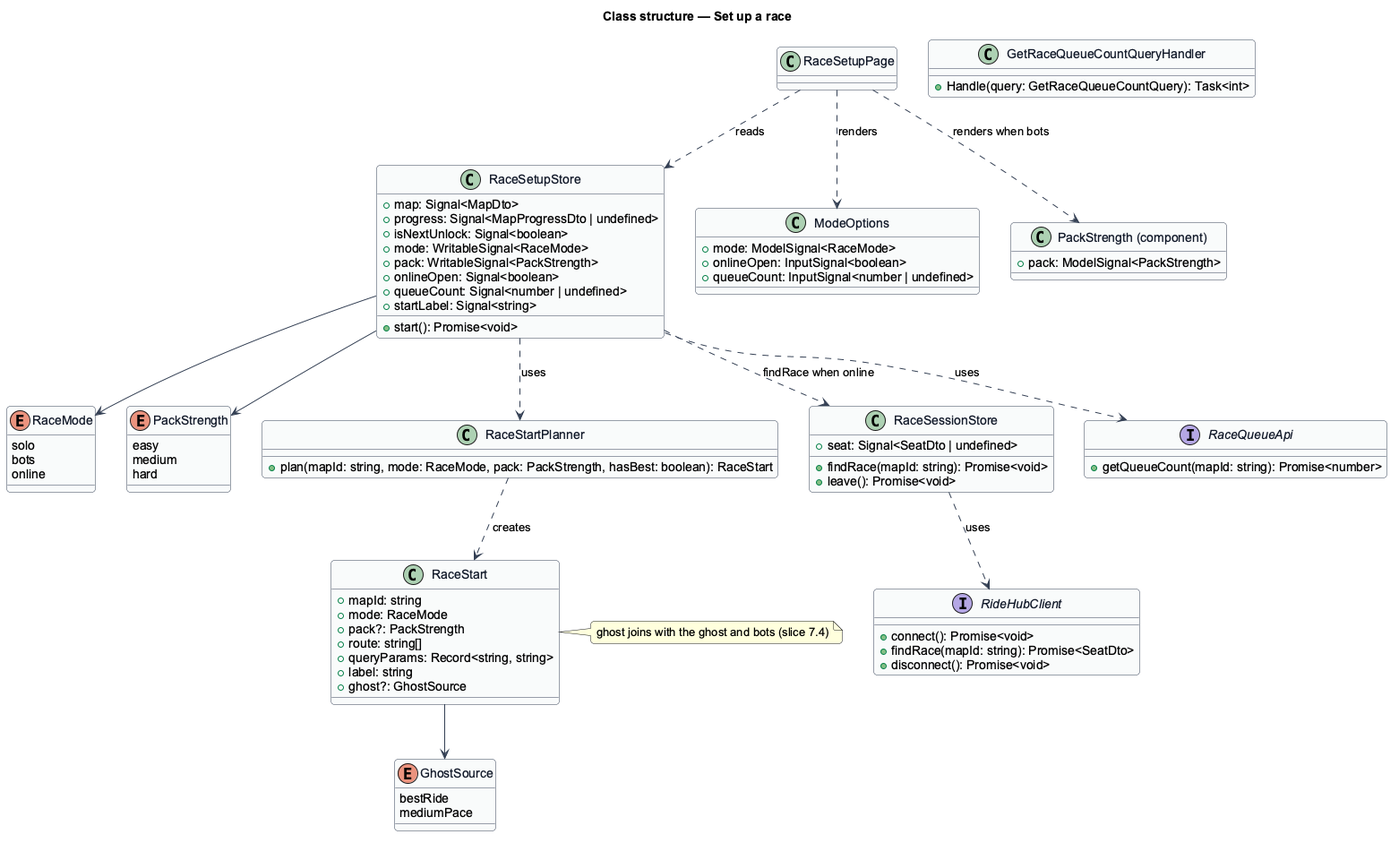
The PlantUML diagram docs/detailed-designs/race/set-up-a-race/diagrams/class-structure.png in QuinntyneBrown/ride-one, before a commit.
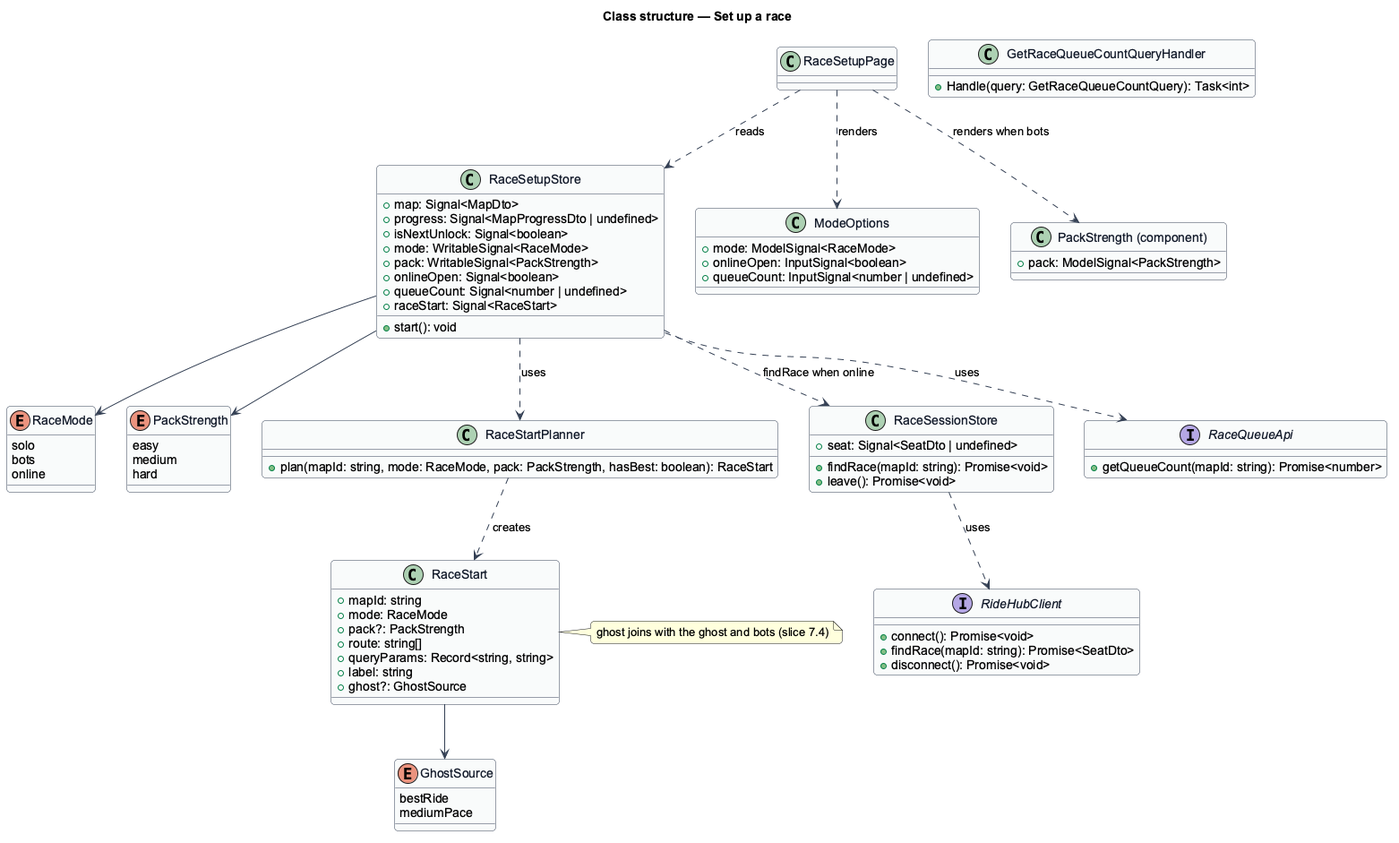
The same diagram one commit later.

What changed in the source:
```diff
@@ -42,8 +42,8 @@
   +pack: WritableSignal<PackStrength>
   +onlineOpen: Signal<boolean>
   +queueCount: Signal<number | undefined>
-  +startLabel: Signal<string>
-  +start(): Promise<void>
+  +raceStart: Signal<RaceStart>
+  +start(): void
 }
 class RaceStartPlanner {
   +plan(mapId: string, mode: RaceMode, pack: PackStrength, hasBest: boolean): RaceStart
```
